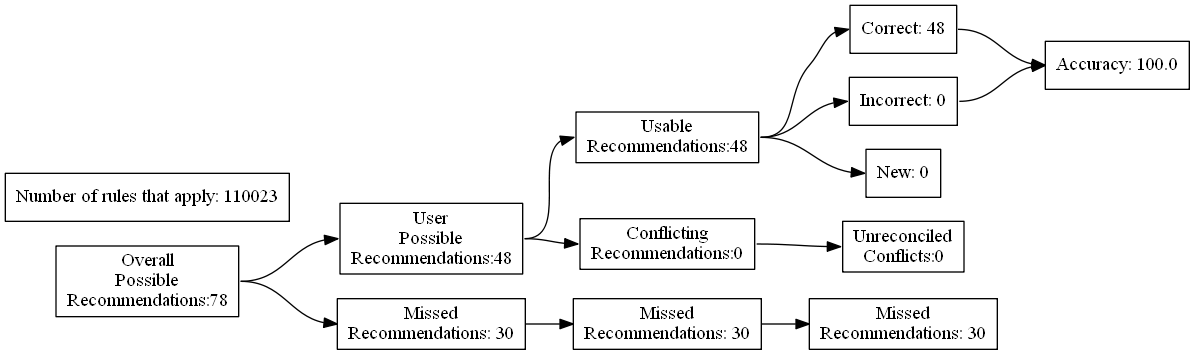
The Graphviz diagram test_renders/43.gv.png in ZaxR/ibd_diet_analysis, before a commit. Its source is kept beside it as test_renders/43.gv.
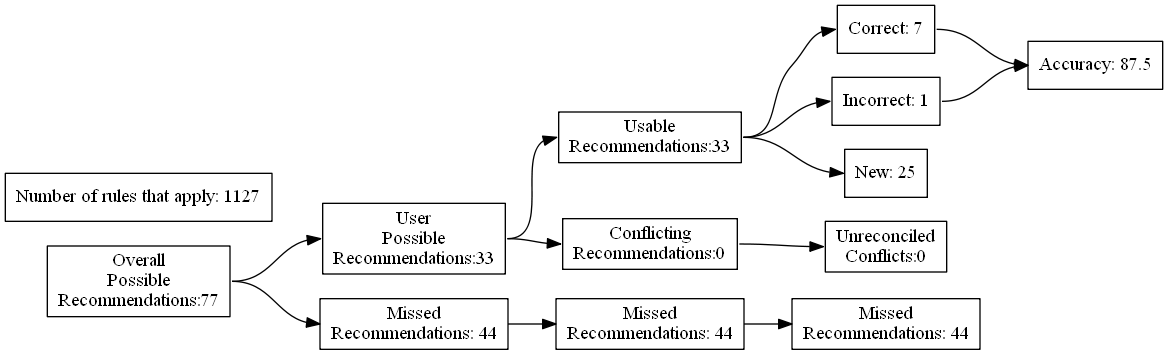
After the change.

The edit, as a diff of the source:
```diff
@@ -4,27 +4,27 @@
 	edge [headport=w tailport=e]
 		A [label="Overall
 Possible
-Recommendations:78"]
+Recommendations:77"]
 		B [label="User
 Possible
-Recommendations:48"]
+Recommendations:33"]
 		C [label="Missed
-Recommendations: 30"]
+Recommendations: 44"]
 		D [label="Usable
-Recommendations:48"]
+Recommendations:33"]
 		E [label="Conflicting
 Recommendations:0"]
 		J [label="Missed
-Recommendations: 30"]
+Recommendations: 44"]
 		M [label="Unreconciled
 Conflicts:0"]
-		F [label="Correct: 48"]
-		G [label="Incorrect: 0"]
-		H [label="New: 0"]
+		F [label="Correct: 7"]
+		G [label="Incorrect: 1"]
+		H [label="New: 25"]
 		K [label="Missed
-Recommendations: 30"]
-		I [label="Accuracy: 100.0"]
-		l [label="Number of rules that apply: 110023"]
+Recommendations: 44"]
+		I [label="Accuracy: 87.5"]
+		l [label="Number of rules that apply: 1127"]
 			A -> B
 			A -> C
 			B -> D
```
